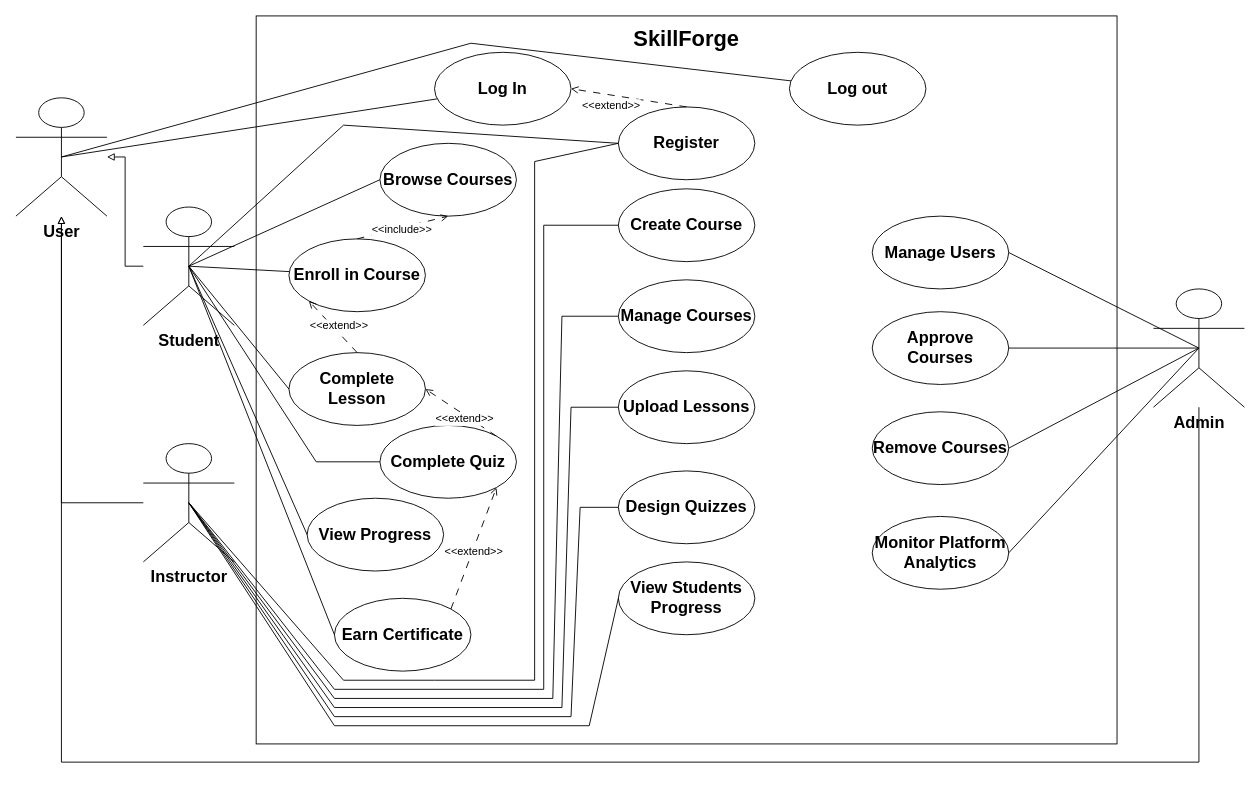
Smook-e/Prog2_lab6 keeps this draw.io diagram as Diagrams/UseCaseDiagram.drawio. Above is the earlier version. Source tidied: cells renumbered, new cells numbered last; positions are measured from the earlier drawing's top-left corner, leaving out a move shared by most shapes. Both pictures are drawn from the tidied source at 91%, with x=0, y=0 at pixel (15, 15).
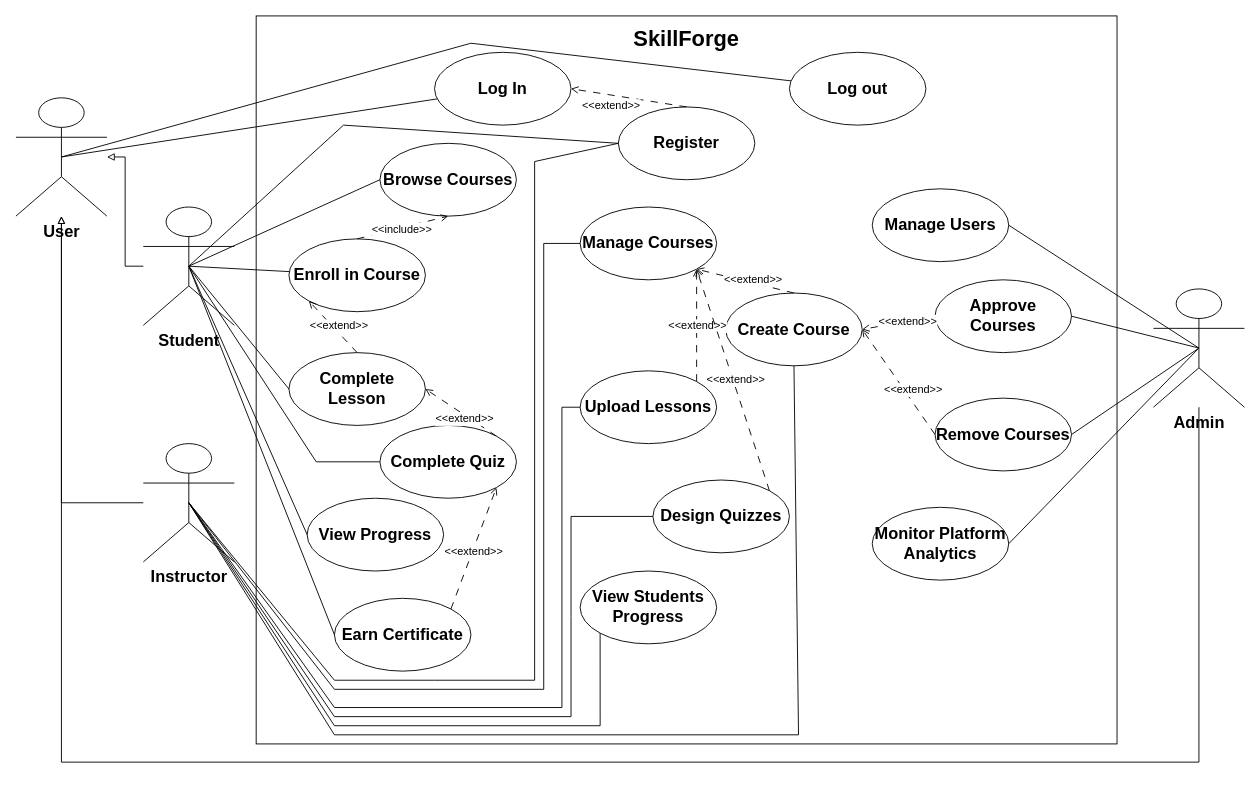
The same page after the edit.

Commit message:
commit to instructor relationships

The change refers to these unchanged cells:
```xml
<mxCell id="7" value="&lt;font style=&quot;font-size: 18px;&quot;&gt;&lt;b&gt;Instructor&lt;/b&gt;&lt;/font&gt;" style="shape=umlActor;verticalLabelPosition=bottom;verticalAlign=top;html=1;outlineConnect=0;" parent="1" vertex="1">
  <mxGeometry x="140" y="470" width="100" height="130" as="geometry" />
</mxCell>
<mxCell id="25" value="&lt;b&gt;&lt;font style=&quot;font-size: 18px;&quot;&gt;Register&lt;/font&gt;&lt;/b&gt;" style="ellipse;whiteSpace=wrap;html=1;" parent="1" vertex="1">
  <mxGeometry x="662" y="100" width="150" height="80" as="geometry" />
</mxCell>
```

Diff of the diagram source:
```diff
@@
     <mxCell id="19" value="&lt;span style=&quot;font-size: 18px;&quot;&gt;&lt;b&gt;Create Course&lt;/b&gt;&lt;/span&gt;" style="ellipse;whiteSpace=wrap;html=1;" parent="1" vertex="1">
-      <mxGeometry x="662" y="190" width="150" height="80" as="geometry" />
+      <mxGeometry x="780" y="304.5" width="150" height="80" as="geometry" />
     </mxCell>
     <mxCell id="20" value="&lt;span style=&quot;font-size: 18px;&quot;&gt;&lt;b&gt;Manage Courses&lt;/b&gt;&lt;/span&gt;" style="ellipse;whiteSpace=wrap;html=1;" parent="1" vertex="1">
-      <mxGeometry x="662" y="290" width="150" height="80" as="geometry" />
+      <mxGeometry x="620" y="210" width="150" height="80" as="geometry" />
     </mxCell>
     <mxCell id="21" value="&lt;span style=&quot;font-size: 18px;&quot;&gt;&lt;b&gt;Upload Lessons&lt;/b&gt;&lt;/span&gt;" style="ellipse;whiteSpace=wrap;html=1;" parent="1" vertex="1">
-      <mxGeometry x="662" y="390" width="150" height="80" as="geometry" />
+      <mxGeometry x="620" y="390" width="150" height="80" as="geometry" />
     </mxCell>
     <mxCell id="22" value="&lt;span style=&quot;font-size: 18px;&quot;&gt;&lt;b&gt;Design Quizzes&lt;/b&gt;&lt;/span&gt;" style="ellipse;whiteSpace=wrap;html=1;" parent="1" vertex="1">
-      <mxGeometry x="662" y="500" width="150" height="80" as="geometry" />
+      <mxGeometry x="700" y="510" width="150" height="80" as="geometry" />
     </mxCell>
     <mxCell id="23" value="&lt;span style=&quot;font-size: 18px;&quot;&gt;&lt;b&gt;View Students Progress&lt;/b&gt;&lt;/span&gt;" style="ellipse;whiteSpace=wrap;html=1;" parent="1" vertex="1">
-      <mxGeometry x="662" y="600" width="150" height="80" as="geometry" />
+      <mxGeometry x="620" y="610" width="150" height="80" as="geometry" />
     </mxCell>
@@
     <mxCell id="27" value="&lt;font style=&quot;font-size: 18px;&quot;&gt;&lt;b style=&quot;&quot;&gt;Manage Users&lt;/b&gt;&lt;/font&gt;" style="ellipse;whiteSpace=wrap;html=1;" parent="1" vertex="1">
-      <mxGeometry x="941" y="220" width="150" height="80" as="geometry" />
+      <mxGeometry x="941" y="190" width="150" height="80" as="geometry" />
     </mxCell>
     <mxCell id="28" value="&lt;span style=&quot;font-size: 18px;&quot;&gt;&lt;b&gt;Approve Courses&lt;/b&gt;&lt;/span&gt;" style="ellipse;whiteSpace=wrap;html=1;" parent="1" vertex="1">
-      <mxGeometry x="941" y="325" width="150" height="80" as="geometry" />
+      <mxGeometry x="1010" y="290" width="150" height="80" as="geometry" />
     </mxCell>
     <mxCell id="29" value="&lt;span style=&quot;font-size: 18px;&quot;&gt;&lt;b&gt;Remove Courses&lt;/b&gt;&lt;/span&gt;" style="ellipse;whiteSpace=wrap;html=1;" parent="1" vertex="1">
-      <mxGeometry x="941" y="435" width="150" height="80" as="geometry" />
+      <mxGeometry x="1010" y="420" width="150" height="80" as="geometry" />
     </mxCell>
     <mxCell id="30" value="&lt;span style=&quot;font-size: 18px;&quot;&gt;&lt;b&gt;Monitor Platform Analytics&lt;/b&gt;&lt;/span&gt;" style="ellipse;whiteSpace=wrap;html=1;" parent="1" vertex="1">
-      <mxGeometry x="941" y="550" width="150" height="80" as="geometry" />
+      <mxGeometry x="941" y="540" width="150" height="80" as="geometry" />
     </mxCell>
@@
     <mxCell id="40" style="endArrow=none;html=1;rounded=0;exitX=0.5;exitY=0.5;exitDx=0;exitDy=0;exitPerimeter=0;entryX=0;entryY=0.5;entryDx=0;entryDy=0;" parent="1" edge="1" source="7" target="25">
       <mxGeometry relative="1" as="geometry">
         <Array as="points">
-          <mxPoint x="360" y="730" />
+          <mxPoint x="350" y="730" />
           <mxPoint x="460" y="730" />
           <mxPoint x="570" y="730" />
           <mxPoint x="570" y="160" />
         </Array>
       </mxGeometry>
     </mxCell>
-    <mxCell id="41" style="endArrow=none;html=1;rounded=0;exitX=0.5;exitY=0.5;exitDx=0;exitDy=0;exitPerimeter=0;entryX=0;entryY=0.5;entryDx=0;entryDy=0;" parent="1" edge="1" source="7" target="19">
+    <mxCell id="41" style="endArrow=none;html=1;rounded=0;exitX=0.5;exitY=0.5;exitDx=0;exitDy=0;exitPerimeter=0;entryX=0;entryY=0.5;entryDx=0;entryDy=0;" parent="1" edge="1" source="7" target="20">
       <mxGeometry relative="1" as="geometry">
         <Array as="points">
           <mxPoint x="350" y="740" />
           <mxPoint x="580" y="740" />
-          <mxPoint x="580" y="230" />
+          <mxPoint x="580" y="250" />
         </Array>
       </mxGeometry>
     </mxCell>
-    <mxCell id="42" style="endArrow=none;html=1;rounded=0;exitX=0.5;exitY=0.5;exitDx=0;exitDy=0;exitPerimeter=0;entryX=0;entryY=0.5;entryDx=0;entryDy=0;" parent="1" edge="1" source="7" target="20">
-      <mxGeometry relative="1" as="geometry">
-        <Array as="points">
-          <mxPoint x="350" y="750" />
-          <mxPoint x="590" y="750" />
-          <mxPoint x="600" y="330" />
-        </Array>
-      </mxGeometry>
-    </mxCell>
     <mxCell id="43" style="endArrow=none;html=1;rounded=0;exitX=0.5;exitY=0.5;exitDx=0;exitDy=0;exitPerimeter=0;entryX=0;entryY=0.5;entryDx=0;entryDy=0;" parent="1" edge="1" source="7" target="21">
       <mxGeometry relative="1" as="geometry">
         <Array as="points">
           <mxPoint x="350" y="760" />
           <mxPoint x="600" y="760" />
-          <mxPoint x="610" y="430" />
+          <mxPoint x="600" y="620" />
+          <mxPoint x="600" y="430" />
         </Array>
       </mxGeometry>
     </mxCell>
     <mxCell id="44" style="endArrow=none;html=1;rounded=0;exitX=0.5;exitY=0.5;exitDx=0;exitDy=0;exitPerimeter=0;entryX=0;entryY=0.5;entryDx=0;entryDy=0;" parent="1" edge="1" source="7" target="22">
       <mxGeometry relative="1" as="geometry">
         <Array as="points">
           <mxPoint x="350" y="770" />
           <mxPoint x="610" y="770" />
-          <mxPoint x="620" y="540" />
+          <mxPoint x="610" y="660" />
+          <mxPoint x="610" y="550" />
         </Array>
       </mxGeometry>
     </mxCell>
-    <mxCell id="45" style="endArrow=none;html=1;rounded=0;exitX=0.5;exitY=0.5;exitDx=0;exitDy=0;exitPerimeter=0;entryX=0;entryY=0.5;entryDx=0;entryDy=0;" parent="1" edge="1" source="7" target="23">
-      <mxGeometry relative="1" as="geometry">
-        <Array as="points">
-          <mxPoint x="350" y="780" />
-          <mxPoint x="630" y="780" />
-        </Array>
-      </mxGeometry>
-    </mxCell>
@@
+    <mxCell id="60" style="endArrow=open;html=1;rounded=0;exitX=0.5;exitY=0;exitDx=0;exitDy=0;entryX=1;entryY=1;entryDx=0;entryDy=0;dashed=1;dashPattern=8 8;endFill=0;fontSize=12;" parent="1" edge="1" source="19" target="20">
+      <mxGeometry relative="1" as="geometry" />
+    </mxCell>
+    <mxCell id="61" value="&amp;lt;&amp;lt;extend&amp;gt;&amp;gt;" style="edgeLabel;html=1;align=center;verticalAlign=middle;fontSize=12;" parent="60" vertex="1">
+      <mxGeometry x="-0.13" y="-3" relative="1" as="geometry">
+        <mxPoint y="-1" as="offset" />
+      </mxGeometry>
+    </mxCell>
+    <mxCell id="62" style="endArrow=open;html=1;rounded=0;exitX=1;exitY=0;exitDx=0;exitDy=0;entryX=1;entryY=1;entryDx=0;entryDy=0;dashed=1;dashPattern=8 8;fontSize=12;endFill=0;" parent="1" edge="1" source="21" target="20">
+      <mxGeometry relative="1" as="geometry" />
+    </mxCell>
+    <mxCell id="63" value="&amp;lt;&amp;lt;extend&amp;gt;&amp;gt;" style="edgeLabel;html=1;align=center;verticalAlign=middle;fontSize=12;" parent="62" vertex="1">
+      <mxGeometry x="-0.01" y="-1" relative="1" as="geometry">
+        <mxPoint x="-1" as="offset" />
+      </mxGeometry>
+    </mxCell>
+    <mxCell id="64" style="endArrow=open;html=1;rounded=0;exitX=1;exitY=0;exitDx=0;exitDy=0;entryX=1;entryY=1;entryDx=0;entryDy=0;dashed=1;dashPattern=8 8;endFill=0;" parent="1" edge="1" source="22" target="20">
+      <mxGeometry relative="1" as="geometry" />
+    </mxCell>
+    <mxCell id="65" value="&amp;lt;&amp;lt;extend&amp;gt;&amp;gt;" style="edgeLabel;html=1;align=center;verticalAlign=middle;fontSize=12;" parent="64" vertex="1">
+      <mxGeometry x="-0.01" y="-2" relative="1" as="geometry">
+        <mxPoint y="-1" as="offset" />
+      </mxGeometry>
+    </mxCell>
+    <mxCell id="66" style="endArrow=open;html=1;rounded=0;entryX=1;entryY=0.5;entryDx=0;entryDy=0;exitX=0;exitY=0.5;exitDx=0;exitDy=0;dashed=1;dashPattern=8 8;endFill=0;" parent="1" edge="1" source="28" target="19">
+      <mxGeometry relative="1" as="geometry" />
+    </mxCell>
+    <mxCell id="67" value="&amp;lt;&amp;lt;extend&amp;gt;&amp;gt;" style="edgeLabel;html=1;align=center;verticalAlign=middle;fontSize=12;" parent="66" vertex="1">
+      <mxGeometry x="-0.21" relative="1" as="geometry">
+        <mxPoint x="1" as="offset" />
+      </mxGeometry>
+    </mxCell>
+    <mxCell id="68" style="endArrow=open;html=1;rounded=0;entryX=1;entryY=0.5;entryDx=0;entryDy=0;exitX=0;exitY=0.5;exitDx=0;exitDy=0;dashed=1;dashPattern=8 8;endFill=0;" parent="1" edge="1" source="29" target="19">
+      <mxGeometry relative="1" as="geometry" />
+    </mxCell>
+    <mxCell id="69" value="&amp;lt;&amp;lt;extend&amp;gt;&amp;gt;" style="edgeLabel;html=1;align=center;verticalAlign=middle;fontSize=12;" parent="68" vertex="1">
+      <mxGeometry x="-0.21" y="-8" relative="1" as="geometry" />
+    </mxCell>
+    <mxCell id="70" style="endArrow=none;html=1;rounded=0;exitX=0.5;exitY=0.5;exitDx=0;exitDy=0;exitPerimeter=0;entryX=0.5;entryY=1;entryDx=0;entryDy=0;" parent="1" edge="1" source="7" target="19">
+      <mxGeometry relative="1" as="geometry">
+        <Array as="points">
+          <mxPoint x="350" y="790" />
+          <mxPoint x="860" y="790" />
+        </Array>
+      </mxGeometry>
+    </mxCell>
+    <mxCell id="45" style="endArrow=none;html=1;rounded=0;exitX=0.5;exitY=0.5;exitDx=0;exitDy=0;exitPerimeter=0;entryX=0;entryY=1;entryDx=0;entryDy=0;" parent="1" edge="1" source="7" target="23">
+      <mxGeometry relative="1" as="geometry">
+        <Array as="points">
+          <mxPoint x="350" y="780" />
+          <mxPoint x="642" y="780" />
+        </Array>
+      </mxGeometry>
+    </mxCell>
```
